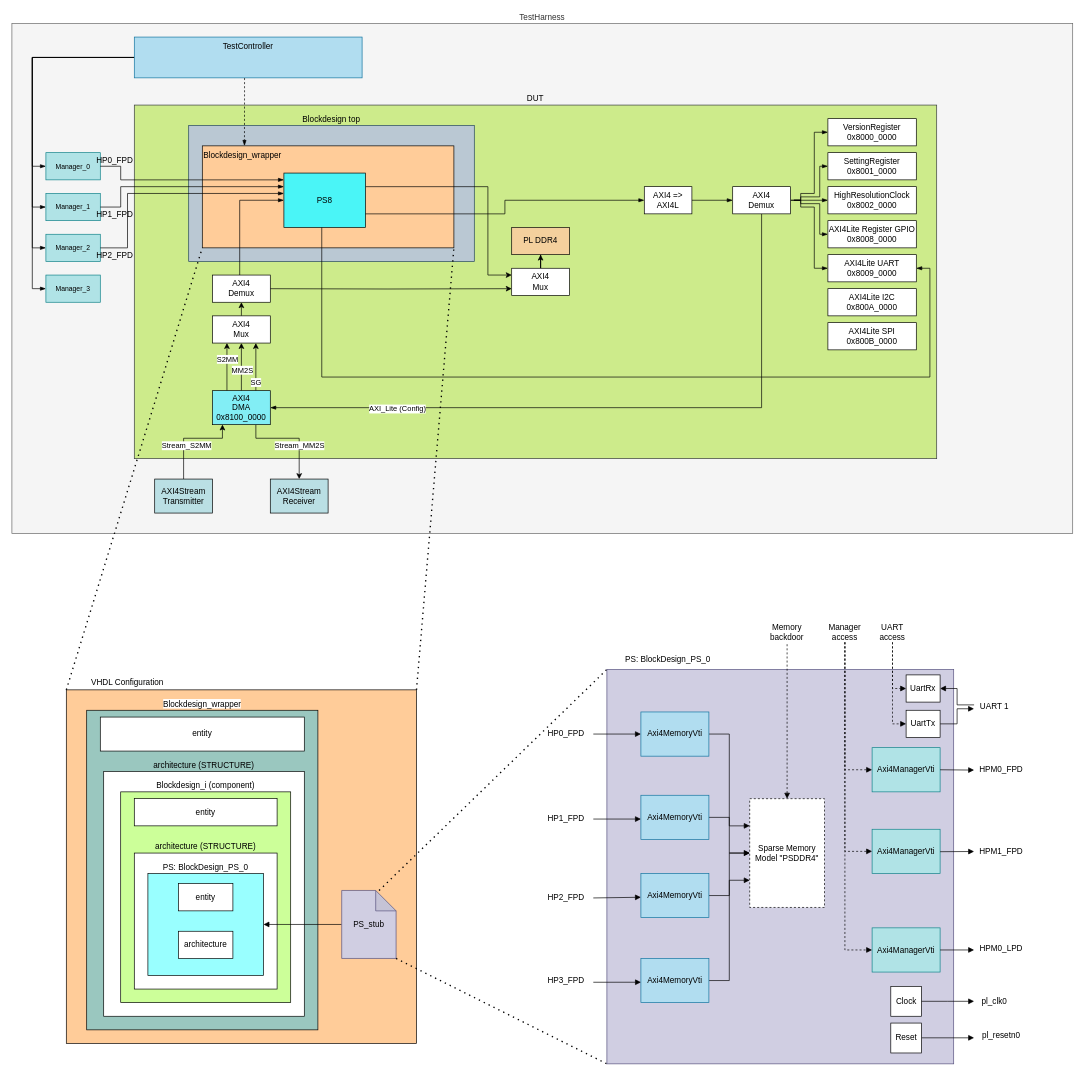
The draw.io diagram page "Testbench" (1 of 2) of doc/diagrams/BlockDiagrams.drawio in Paebbels/BigDesign, before the edit. Source tidied: cells renumbered, new cells numbered last; positions are measured from the earlier drawing's top-left corner, leaving out a move shared by most shapes. Both pictures are drawn from the tidied source at 68%, with x=0, y=0 at pixel (12, 23).
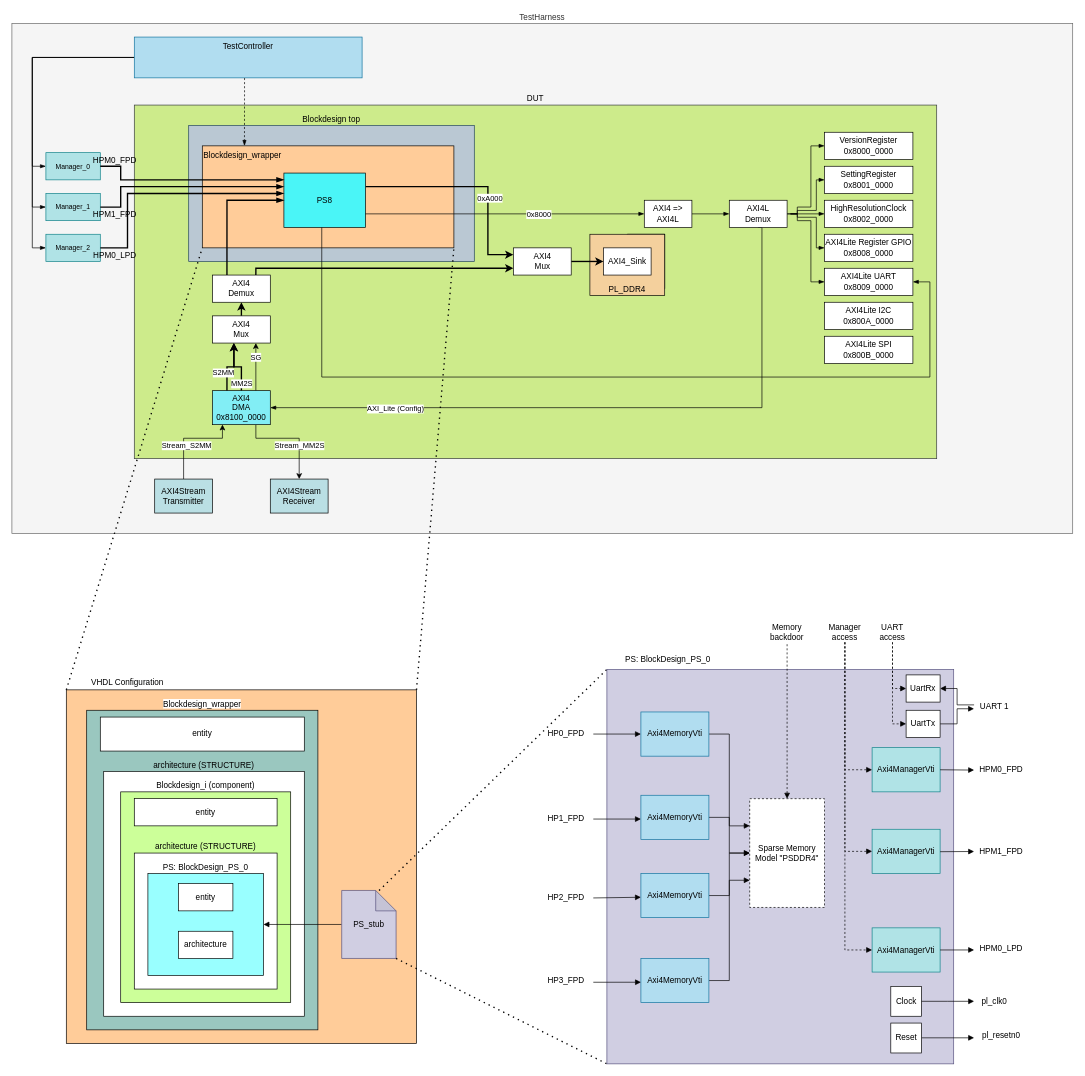
Above is the later version.

The change refers to these unchanged cells:
```xml
<mxCell id="12" value="TestController" style="rounded=0;whiteSpace=wrap;html=1;labelPosition=center;verticalLabelPosition=middle;align=center;verticalAlign=top;fillColor=#b1ddf0;strokeColor=#10739e;" parent="1" vertex="1">
  <mxGeometry x="180" y="20" width="335" height="60" as="geometry" />
</mxCell>
<mxCell id="13" value="Manager_0" style="rounded=0;whiteSpace=wrap;html=1;fillColor=#b0e3e6;fontSize=10;fontStyle=0;labelPosition=center;verticalLabelPosition=middle;align=center;verticalAlign=middle;strokeColor=#0e8088;" parent="1" vertex="1">
  <mxGeometry x="50" y="190" width="80" height="40" as="geometry" />
</mxCell>
<mxCell id="14" value="Manager_1" style="rounded=0;whiteSpace=wrap;html=1;fillColor=#b0e3e6;fontSize=10;fontStyle=0;labelPosition=center;verticalLabelPosition=middle;align=center;verticalAlign=middle;strokeColor=#0e8088;" parent="1" vertex="1">
  <mxGeometry x="50" y="250" width="80" height="40" as="geometry" />
</mxCell>
<mxCell id="15" value="Manager_2" style="rounded=0;whiteSpace=wrap;html=1;fillColor=#b0e3e6;fontSize=10;fontStyle=0;labelPosition=center;verticalLabelPosition=middle;align=center;verticalAlign=middle;strokeColor=#0e8088;" parent="1" vertex="1">
  <mxGeometry x="50" y="310" width="80" height="40" as="geometry" />
</mxCell>
<mxCell id="101" style="edgeStyle=orthogonalEdgeStyle;rounded=0;jettySize=auto;html=1;exitX=0.75;exitY=0;exitDx=0;exitDy=0;entryX=0.75;entryY=1;entryDx=0;entryDy=0;" parent="1" edge="1" source="103" target="126">
  <mxGeometry relative="1" as="geometry" />
</mxCell>
<mxCell id="103" value="AXI4&lt;br&gt;DMA&lt;div&gt;0x8100_0000&lt;/div&gt;" style="rounded=0;whiteSpace=wrap;html=1;fillColor=light-dark(#82eef5, #ededed);" parent="1" vertex="1">
  <mxGeometry x="295" y="540" width="85" height="50" as="geometry" />
</mxCell>
<mxCell id="108" value="PS8" style="rounded=0;whiteSpace=wrap;html=1;fillColor=light-dark(#4af5f7, #ededed);" parent="1" vertex="1">
  <mxGeometry x="400" y="220" width="120" height="80" as="geometry" />
</mxCell>
<mxCell id="118" style="edgeStyle=orthogonalEdgeStyle;rounded=0;jettySize=auto;html=1;exitX=1;exitY=0.75;exitDx=0;exitDy=0;entryX=0;entryY=0.5;entryDx=0;entryDy=0;endArrow=blockThin;endFill=1;" parent="1" edge="1" source="108" target="7">
  <mxGeometry relative="1" as="geometry" />
</mxCell>
<mxCell id="126" value="AXI4&lt;br&gt;Mux" style="rounded=0;whiteSpace=wrap;html=1;" parent="1" vertex="1">
  <mxGeometry x="295" y="430" width="85" height="40" as="geometry" />
</mxCell>
<mxCell id="127" value="AXI4&lt;br&gt;Demux" style="rounded=0;whiteSpace=wrap;html=1;" parent="1" vertex="1">
  <mxGeometry x="295" y="370" width="85" height="40" as="geometry" />
</mxCell>
```

The edit, as a diff of the source:
```diff
@@
     <mxCell id="7" value="AXI4 =&amp;gt;&lt;br&gt;AXI4L" style="rounded=0;whiteSpace=wrap;html=1;" parent="1" vertex="1">
-      <mxGeometry x="930" y="240" width="70" height="40" as="geometry" />
+      <mxGeometry x="930" y="260" width="70" height="40" as="geometry" />
     </mxCell>
@@
-    <mxCell id="11" style="edgeStyle=orthogonalEdgeStyle;rounded=0;jettySize=auto;html=1;entryX=0;entryY=0.5;entryDx=0;entryDy=0;endArrow=blockThin;endFill=1;" parent="1" edge="1" source="12" target="16">
-      <mxGeometry relative="1" as="geometry" />
-    </mxCell>
@@
-    <mxCell id="16" value="Manager_3" style="rounded=0;whiteSpace=wrap;html=1;fillColor=#b0e3e6;fontSize=10;fontStyle=0;labelPosition=center;verticalLabelPosition=middle;align=center;verticalAlign=middle;strokeColor=#0e8088;" parent="1" vertex="1">
-      <mxGeometry x="50" y="370" width="80" height="40" as="geometry" />
-    </mxCell>
@@
     <mxCell id="81" value="VersionRegister&lt;br&gt;0x8000_0000" style="rounded=0;whiteSpace=wrap;html=1;" parent="1" vertex="1">
-      <mxGeometry x="1200" y="140" width="130" height="40" as="geometry" />
+      <mxGeometry x="1195" y="160" width="130" height="40" as="geometry" />
     </mxCell>
     <mxCell id="82" value="SettingRegister&lt;div&gt;0x8001_0000&lt;/div&gt;" style="rounded=0;whiteSpace=wrap;html=1;" parent="1" vertex="1">
-      <mxGeometry x="1200" y="190" width="130" height="40" as="geometry" />
+      <mxGeometry x="1195" y="210" width="130" height="40" as="geometry" />
     </mxCell>
     <mxCell id="83" value="HighResolutionClock&lt;br&gt;0x8002_0000" style="rounded=0;whiteSpace=wrap;html=1;" parent="1" vertex="1">
-      <mxGeometry x="1200" y="240" width="130" height="40" as="geometry" />
+      <mxGeometry x="1195" y="260" width="130" height="40" as="geometry" />
     </mxCell>
     <mxCell id="84" value="AXI4Lite Register GPIO&lt;br&gt;0x8008_0000" style="rounded=0;whiteSpace=wrap;html=1;" parent="1" vertex="1">
-      <mxGeometry x="1200" y="290" width="130" height="40" as="geometry" />
+      <mxGeometry x="1195" y="310" width="130" height="40" as="geometry" />
     </mxCell>
     <mxCell id="85" value="AXI4Lite UART&lt;br&gt;0x8009_0000" style="rounded=0;whiteSpace=wrap;html=1;" parent="1" vertex="1">
-      <mxGeometry x="1200" y="340" width="130" height="40" as="geometry" />
+      <mxGeometry x="1195" y="360" width="130" height="40" as="geometry" />
     </mxCell>
     <mxCell id="86" style="edgeStyle=orthogonalEdgeStyle;rounded=0;jettySize=auto;html=1;exitX=1;exitY=0.5;exitDx=0;exitDy=0;entryX=0;entryY=0.5;entryDx=0;entryDy=0;endArrow=blockThin;endFill=1;" parent="1" edge="1" target="81">
       <mxGeometry relative="1" as="geometry">
-        <mxPoint x="1150" y="260" as="sourcePoint" />
+        <mxPoint x="1145" y="280" as="sourcePoint" />
         <Array as="points">
-          <mxPoint x="1160" y="260" />
-          <mxPoint x="1160" y="250" />
-          <mxPoint x="1180" y="250" />
-          <mxPoint x="1180" y="160" />
+          <mxPoint x="1155" y="280" />
+          <mxPoint x="1155" y="270" />
+          <mxPoint x="1175" y="270" />
+          <mxPoint x="1175" y="180" />
         </Array>
       </mxGeometry>
     </mxCell>
     <mxCell id="87" style="edgeStyle=orthogonalEdgeStyle;rounded=0;jettySize=auto;html=1;exitX=1;exitY=0.5;exitDx=0;exitDy=0;entryX=0;entryY=0.5;entryDx=0;entryDy=0;endArrow=blockThin;endFill=1;" parent="1" edge="1" target="82">
       <mxGeometry relative="1" as="geometry">
-        <mxPoint x="1150" y="260" as="sourcePoint" />
+        <mxPoint x="1145" y="280" as="sourcePoint" />
         <Array as="points">
-          <mxPoint x="1160" y="260" />
-          <mxPoint x="1160" y="255" />
-          <mxPoint x="1188" y="255" />
-          <mxPoint x="1188" y="210" />
+          <mxPoint x="1155" y="280" />
+          <mxPoint x="1155" y="275" />
+          <mxPoint x="1183" y="275" />
+          <mxPoint x="1183" y="230" />
         </Array>
       </mxGeometry>
     </mxCell>
@@
     <mxCell id="89" style="edgeStyle=orthogonalEdgeStyle;rounded=0;jettySize=auto;html=1;exitX=1;exitY=0.5;exitDx=0;exitDy=0;entryX=0;entryY=0.5;entryDx=0;entryDy=0;endArrow=blockThin;endFill=1;" parent="1" edge="1" target="84">
       <mxGeometry relative="1" as="geometry">
-        <mxPoint x="1150" y="260" as="sourcePoint" />
+        <mxPoint x="1145" y="280" as="sourcePoint" />
         <Array as="points">
-          <mxPoint x="1160" y="260" />
-          <mxPoint x="1160" y="265" />
-          <mxPoint x="1188" y="265" />
-          <mxPoint x="1188" y="310" />
+          <mxPoint x="1155" y="280" />
+          <mxPoint x="1155" y="285" />
+          <mxPoint x="1183" y="285" />
+          <mxPoint x="1183" y="330" />
         </Array>
       </mxGeometry>
     </mxCell>
     <mxCell id="90" style="edgeStyle=orthogonalEdgeStyle;rounded=0;jettySize=auto;html=1;exitX=1;exitY=0.5;exitDx=0;exitDy=0;entryX=0;entryY=0.5;entryDx=0;entryDy=0;endArrow=blockThin;endFill=1;" parent="1" edge="1" source="129" target="85">
       <mxGeometry relative="1" as="geometry">
         <Array as="points">
-          <mxPoint x="1160" y="260" />
-          <mxPoint x="1160" y="270" />
-          <mxPoint x="1180" y="270" />
-          <mxPoint x="1180" y="360" />
+          <mxPoint x="1155" y="280" />
+          <mxPoint x="1155" y="290" />
+          <mxPoint x="1175" y="290" />
+          <mxPoint x="1175" y="380" />
         </Array>
       </mxGeometry>
     </mxCell>
@@
-    <mxCell id="93" style="edgeStyle=orthogonalEdgeStyle;rounded=0;jettySize=auto;html=1;exitX=0.5;exitY=0;exitDx=0;exitDy=0;" parent="1" edge="1" source="128" target="123">
+    <mxCell id="93" style="edgeStyle=orthogonalEdgeStyle;rounded=0;jettySize=auto;html=1;exitX=0.5;exitY=0;exitDx=0;exitDy=0;" parent="1" edge="1" source="133" target="123">
       <mxGeometry relative="1" as="geometry" />
     </mxCell>
@@
-    <mxCell id="97" style="edgeStyle=orthogonalEdgeStyle;rounded=0;jettySize=auto;html=1;exitX=0.25;exitY=0;exitDx=0;exitDy=0;entryX=0.25;entryY=1;entryDx=0;entryDy=0;" parent="1" edge="1" source="103" target="126">
+    <mxCell id="97" style="edgeStyle=orthogonalEdgeStyle;rounded=0;jettySize=auto;html=1;exitX=0.25;exitY=0;exitDx=0;exitDy=0;entryX=0.37;entryY=0.996;entryDx=0;entryDy=0;entryPerimeter=0;strokeWidth=2;" parent="1" edge="1" source="103" target="126">
       <mxGeometry relative="1" as="geometry" />
     </mxCell>
     <mxCell id="98" value="S2MM" style="edgeLabel;html=1;align=center;verticalAlign=middle;" parent="97" vertex="1">
-      <mxGeometry x="0.34" relative="1" as="geometry" />
+      <mxGeometry x="0.34" relative="1" as="geometry">
+        <mxPoint x="-16" y="17" as="offset" />
+      </mxGeometry>
     </mxCell>
-    <mxCell id="99" style="edgeStyle=orthogonalEdgeStyle;rounded=0;jettySize=auto;html=1;exitX=0.5;exitY=0;exitDx=0;exitDy=0;entryX=0.5;entryY=1;entryDx=0;entryDy=0;" parent="1" edge="1" source="103" target="126">
+    <mxCell id="99" style="edgeStyle=orthogonalEdgeStyle;rounded=0;jettySize=auto;html=1;exitX=0.5;exitY=0;exitDx=0;exitDy=0;entryX=0.37;entryY=0.995;entryDx=0;entryDy=0;entryPerimeter=0;strokeWidth=2;" parent="1" edge="1" source="103" target="126">
       <mxGeometry relative="1" as="geometry" />
     </mxCell>
     <mxCell id="100" value="MM2S" style="edgeLabel;html=1;align=center;verticalAlign=middle;" parent="99" vertex="1">
-      <mxGeometry x="-0.11" y="-1" relative="1" as="geometry" />
+      <mxGeometry x="-0.11" y="-1" relative="1" as="geometry">
+        <mxPoint x="1" y="25" as="offset" />
+      </mxGeometry>
     </mxCell>
@@
     <mxCell id="102" value="SG" style="edgeLabel;html=1;align=center;verticalAlign=middle;" parent="101" vertex="1">
-      <mxGeometry x="-0.62" relative="1" as="geometry" />
+      <mxGeometry x="-0.62" relative="1" as="geometry">
+        <mxPoint y="-37" as="offset" />
+      </mxGeometry>
     </mxCell>
@@
     <mxCell id="104" value="AXI4Lite I2C&lt;div&gt;0x800A_0000&lt;/div&gt;" style="rounded=0;whiteSpace=wrap;html=1;" parent="1" vertex="1">
-      <mxGeometry x="1200" y="390" width="130" height="40" as="geometry" />
+      <mxGeometry x="1195" y="410" width="130" height="40" as="geometry" />
     </mxCell>
     <mxCell id="105" value="AXI4Lite SPI&lt;br&gt;0x800B_0000" style="rounded=0;whiteSpace=wrap;html=1;" parent="1" vertex="1">
-      <mxGeometry x="1200" y="440" width="130" height="40" as="geometry" />
+      <mxGeometry x="1195" y="460" width="130" height="40" as="geometry" />
     </mxCell>
@@
-    <mxCell id="107" style="edgeStyle=orthogonalEdgeStyle;rounded=0;jettySize=auto;html=1;exitX=1;exitY=0.25;exitDx=0;exitDy=0;entryX=0;entryY=0.25;entryDx=0;entryDy=0;" parent="1" edge="1" source="108" target="128">
+    <mxCell id="107" style="edgeStyle=orthogonalEdgeStyle;rounded=0;jettySize=auto;html=1;exitX=1;exitY=0.25;exitDx=0;exitDy=0;entryX=0;entryY=0.25;entryDx=0;entryDy=0;strokeWidth=2;" parent="1" edge="1" source="108" target="128">
       <mxGeometry relative="1" as="geometry">
         <Array as="points">
           <mxPoint x="700" y="240" />
-          <mxPoint x="700" y="370" />
+          <mxPoint x="700" y="340" />
         </Array>
       </mxGeometry>
     </mxCell>
+    <mxCell id="130" value="0xA000" style="edgeLabel;html=1;align=center;verticalAlign=middle;" parent="107" vertex="1">
+      <mxGeometry x="0.48" y="2" relative="1" as="geometry">
+        <mxPoint y="-39" as="offset" />
+      </mxGeometry>
+    </mxCell>
@@
-    <mxCell id="109" style="edgeStyle=orthogonalEdgeStyle;rounded=0;jettySize=auto;html=1;exitX=1;exitY=0.5;exitDx=0;exitDy=0;endArrow=blockThin;endFill=1;" parent="1" edge="1" source="15">
+    <mxCell id="109" style="edgeStyle=orthogonalEdgeStyle;rounded=0;jettySize=auto;html=1;exitX=1;exitY=0.5;exitDx=0;exitDy=0;endArrow=blockThin;endFill=1;strokeWidth=2;" parent="1" edge="1" source="15">
       <mxGeometry relative="1" as="geometry">
         <mxPoint x="400" y="250" as="targetPoint" />
         <Array as="points">
           <mxPoint x="170" y="330" />
           <mxPoint x="170" y="250" />
           <mxPoint x="400" y="250" />
         </Array>
       </mxGeometry>
     </mxCell>
-    <mxCell id="110" value="&lt;span style=&quot;font-size: 12px; text-wrap-mode: wrap;&quot;&gt;HP2_FPD&lt;/span&gt;" style="edgeLabel;html=1;align=center;verticalAlign=middle;labelBackgroundColor=none;" parent="109" vertex="1">
+    <mxCell id="110" value="&lt;span style=&quot;font-size: 12px; text-wrap-mode: wrap;&quot;&gt;HPM0_LPD&lt;/span&gt;" style="edgeLabel;html=1;align=center;verticalAlign=middle;labelBackgroundColor=none;" parent="109" vertex="1">
       <mxGeometry x="-0.7" relative="1" as="geometry">
         <mxPoint x="-20" y="23" as="offset" />
       </mxGeometry>
     </mxCell>
-    <mxCell id="111" style="edgeStyle=orthogonalEdgeStyle;rounded=0;jettySize=auto;html=1;exitX=1;exitY=0.5;exitDx=0;exitDy=0;endArrow=blockThin;endFill=1;" parent="1" edge="1" source="13">
+    <mxCell id="111" style="edgeStyle=orthogonalEdgeStyle;rounded=0;jettySize=auto;html=1;exitX=1;exitY=0.5;exitDx=0;exitDy=0;endArrow=blockThin;endFill=1;strokeWidth=2;" parent="1" edge="1" source="13">
       <mxGeometry relative="1" as="geometry">
         <mxPoint x="400" y="230" as="targetPoint" />
         <Array as="points">
           <mxPoint x="160" y="210" />
           <mxPoint x="160" y="230" />
           <mxPoint x="400" y="230" />
         </Array>
       </mxGeometry>
     </mxCell>
-    <mxCell id="112" value="&lt;span style=&quot;font-size: 12px; text-wrap-mode: wrap;&quot;&gt;HP0_FPD&lt;/span&gt;" style="edgeLabel;html=1;align=center;verticalAlign=middle;labelBackgroundColor=none;" parent="111" vertex="1">
+    <mxCell id="112" value="&lt;span style=&quot;font-size: 12px; text-wrap-mode: wrap;&quot;&gt;HPM0_FPD&lt;/span&gt;" style="edgeLabel;html=1;align=center;verticalAlign=middle;labelBackgroundColor=none;" parent="111" vertex="1">
       <mxGeometry x="-0.63" y="2" relative="1" as="geometry">
         <mxPoint x="-14" y="-28" as="offset" />
       </mxGeometry>
     </mxCell>
-    <mxCell id="113" style="edgeStyle=orthogonalEdgeStyle;rounded=0;jettySize=auto;html=1;exitX=1;exitY=0.5;exitDx=0;exitDy=0;endArrow=blockThin;endFill=1;entryX=0;entryY=0.25;entryDx=0;entryDy=0;" parent="1" edge="1" source="14" target="108">
+    <mxCell id="113" style="edgeStyle=orthogonalEdgeStyle;rounded=0;jettySize=auto;html=1;exitX=1;exitY=0.5;exitDx=0;exitDy=0;endArrow=blockThin;endFill=1;entryX=0;entryY=0.25;entryDx=0;entryDy=0;strokeWidth=2;" parent="1" edge="1" source="14" target="108">
       <mxGeometry relative="1" as="geometry">
         <Array as="points">
           <mxPoint x="160" y="270" />
           <mxPoint x="160" y="240" />
         </Array>
       </mxGeometry>
     </mxCell>
-    <mxCell id="114" value="&lt;span style=&quot;font-size: 12px; text-wrap-mode: wrap;&quot;&gt;HP1_FPD&lt;/span&gt;" style="edgeLabel;html=1;align=center;verticalAlign=middle;labelBackgroundColor=none;" parent="113" vertex="1">
+    <mxCell id="114" value="&lt;span style=&quot;font-size: 12px; text-wrap-mode: wrap;&quot;&gt;HPM1_FPD&lt;/span&gt;" style="edgeLabel;html=1;align=center;verticalAlign=middle;labelBackgroundColor=none;" parent="113" vertex="1">
       <mxGeometry x="-0.58" relative="1" as="geometry">
         <mxPoint x="-13" y="40" as="offset" />
       </mxGeometry>
     </mxCell>
-    <mxCell id="115" style="edgeStyle=orthogonalEdgeStyle;rounded=0;orthogonalLoop=1;jettySize=auto;html=1;exitX=0.5;exitY=0;exitDx=0;exitDy=0;endArrow=blockThin;endFill=1;" parent="1" edge="1">
+    <mxCell id="115" style="edgeStyle=orthogonalEdgeStyle;rounded=0;jettySize=auto;html=1;exitX=0.25;exitY=0;exitDx=0;exitDy=0;endArrow=blockThin;endFill=1;strokeWidth=2;" parent="1" edge="1" source="127">
       <mxGeometry relative="1" as="geometry">
-        <mxPoint x="335" y="370" as="sourcePoint" />
         <mxPoint x="400" y="260" as="targetPoint" />
         <Array as="points">
-          <mxPoint x="335" y="260" />
+          <mxPoint x="316" y="260" />
         </Array>
       </mxGeometry>
     </mxCell>
     <mxCell id="116" style="edgeStyle=orthogonalEdgeStyle;rounded=0;jettySize=auto;html=1;exitX=0.464;exitY=1;exitDx=0;exitDy=0;entryX=1;entryY=0.5;entryDx=0;entryDy=0;endArrow=blockThin;endFill=1;exitPerimeter=0;" parent="1" edge="1" source="108" target="85">
       <mxGeometry relative="1" as="geometry">
         <Array as="points">
           <mxPoint x="456" y="520" />
           <mxPoint x="1350" y="520" />
-          <mxPoint x="1350" y="360" />
+          <mxPoint x="1350" y="380" />
         </Array>
       </mxGeometry>
     </mxCell>
@@
+    <mxCell id="131" value="0x8000" style="edgeLabel;html=1;align=center;verticalAlign=middle;" parent="118" vertex="1">
+      <mxGeometry x="0.24" relative="1" as="geometry" />
+    </mxCell>
@@
-    <mxCell id="123" value="PL DDR4" style="rounded=0;whiteSpace=wrap;html=1;fillColor=light-dark(#f4d09d, #ededed);" parent="1" vertex="1">
-      <mxGeometry x="735" y="300" width="85" height="40" as="geometry" />
+    <mxCell id="123" value="PL_DDR4" style="rounded=0;whiteSpace=wrap;html=1;fillColor=light-dark(#f4d09d, #ededed);verticalAlign=bottom;" parent="1" vertex="1">
+      <mxGeometry x="850" y="310" width="110" height="90" as="geometry" />
     </mxCell>
-    <mxCell id="124" style="edgeStyle=orthogonalEdgeStyle;rounded=0;jettySize=auto;html=1;entryX=0;entryY=0.75;entryDx=0;entryDy=0;" parent="1" edge="1" target="128">
+    <mxCell id="124" style="edgeStyle=orthogonalEdgeStyle;rounded=0;jettySize=auto;html=1;entryX=0;entryY=0.75;entryDx=0;entryDy=0;exitX=0.75;exitY=0;exitDx=0;exitDy=0;strokeWidth=2;" parent="1" edge="1" source="127" target="128">
       <mxGeometry relative="1" as="geometry">
-        <mxPoint x="370" y="390" as="sourcePoint" />
+        <Array as="points">
+          <mxPoint x="359" y="360" />
+        </Array>
       </mxGeometry>
     </mxCell>
-    <mxCell id="125" style="edgeStyle=orthogonalEdgeStyle;rounded=0;jettySize=auto;html=1;exitX=0.5;exitY=0;exitDx=0;exitDy=0;entryX=0.5;entryY=1;entryDx=0;entryDy=0;" parent="1" edge="1" source="126" target="127">
+    <mxCell id="125" style="edgeStyle=orthogonalEdgeStyle;rounded=0;jettySize=auto;html=1;exitX=0.5;exitY=0;exitDx=0;exitDy=0;entryX=0.5;entryY=1;entryDx=0;entryDy=0;strokeWidth=2;" parent="1" edge="1" source="126" target="127">
       <mxGeometry relative="1" as="geometry" />
     </mxCell>
@@
+    <mxCell id="132" style="edgeStyle=orthogonalEdgeStyle;rounded=0;jettySize=auto;html=1;exitX=1;exitY=0.5;exitDx=0;exitDy=0;entryX=0;entryY=0.5;entryDx=0;entryDy=0;strokeWidth=2;" parent="1" edge="1" source="128" target="133">
+      <mxGeometry relative="1" as="geometry">
+        <Array as="points">
+          <mxPoint x="830" y="350" />
+          <mxPoint x="830" y="350" />
+        </Array>
+      </mxGeometry>
+    </mxCell>
     <mxCell id="128" value="AXI4&lt;br&gt;Mux" style="rounded=0;whiteSpace=wrap;html=1;" parent="1" vertex="1">
-      <mxGeometry x="735" y="360" width="85" height="40" as="geometry" />
+      <mxGeometry x="737.5" y="330" width="85" height="40" as="geometry" />
     </mxCell>
-    <mxCell id="129" value="AXI4&lt;br&gt;Demux" style="rounded=0;whiteSpace=wrap;html=1;" parent="1" vertex="1">
-      <mxGeometry x="1060" y="240" width="85" height="40" as="geometry" />
+    <mxCell id="129" value="AXI4L&lt;br&gt;Demux" style="rounded=0;whiteSpace=wrap;html=1;" parent="1" vertex="1">
+      <mxGeometry x="1055" y="260" width="85" height="40" as="geometry" />
     </mxCell>
+    <mxCell id="133" value="AXI4_Sink" style="rounded=0;whiteSpace=wrap;html=1;" parent="1" vertex="1">
+      <mxGeometry x="870" y="330" width="70" height="40" as="geometry" />
+    </mxCell>
```
